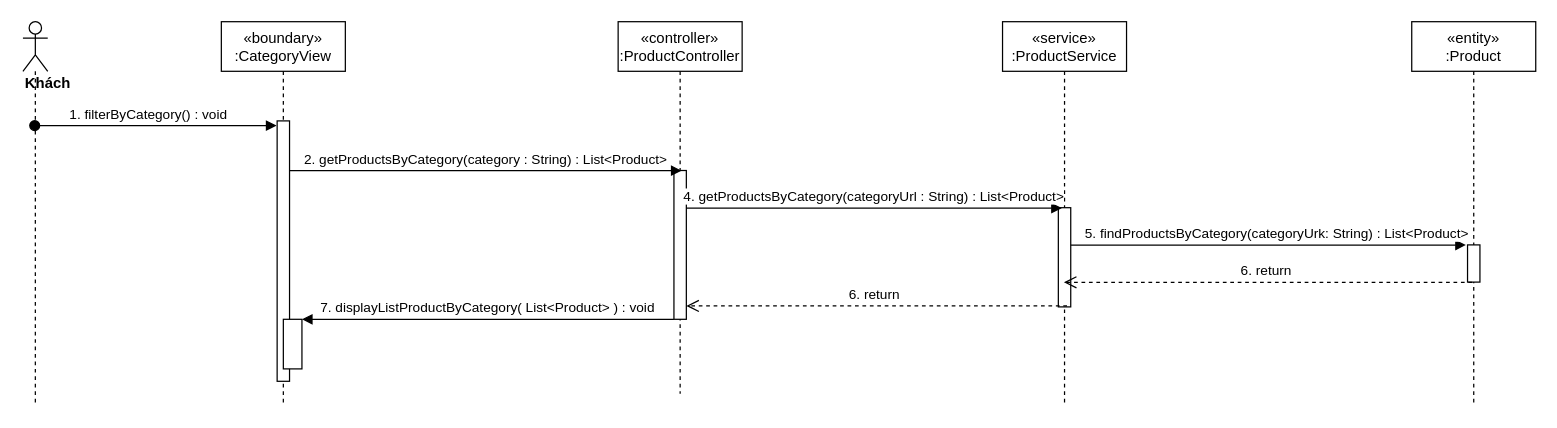
Above: sequence diagram/getProductByCategory-seqence.drawio in nguyenphamvan/datn_20202 (draw.io), before the change. Source tidied: cells renumbered, new cells numbered last; positions are measured from the earlier drawing's top-left corner, leaving out a move shared by most shapes. Both pictures are drawn from the tidied source at 124%, with x=0, y=0 at pixel (22, 21).
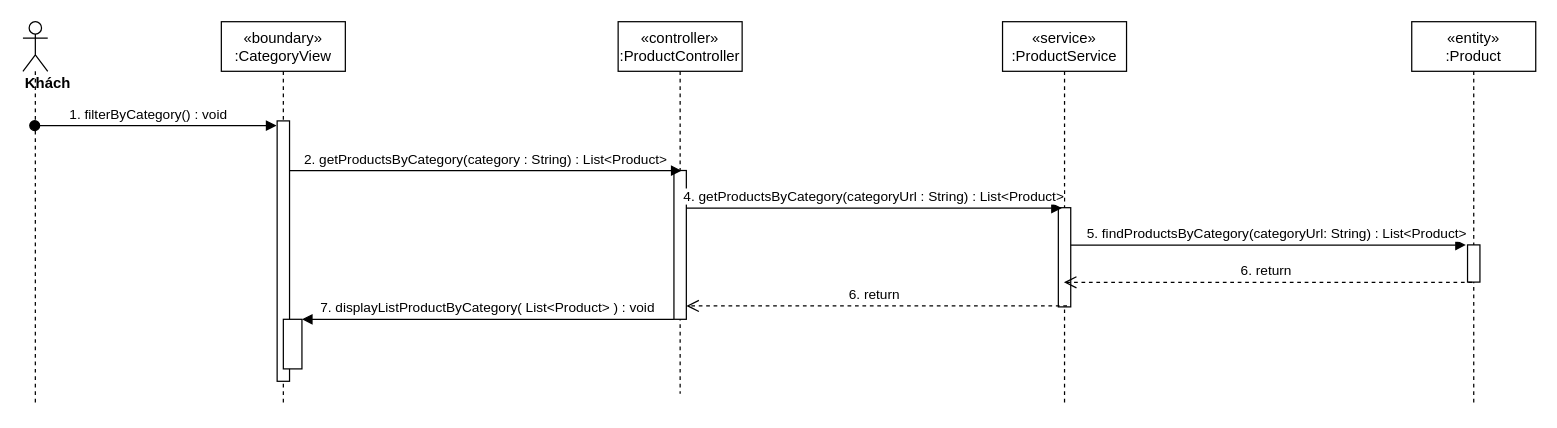
After the change.

Change to the diagram source:
```diff
@@
 <mxGraphModel>
   <root>
     <mxCell id="0" />
     <mxCell id="1" parent="0" />
     <mxCell id="2" value="«boundary»&#10;:CategoryView" style="shape=umlLifeline;perimeter=lifelinePerimeter;rounded=0;shadow=0;strokeWidth=1;" parent="1" vertex="1">
       <mxGeometry x="160" width="100" height="310" as="geometry" />
     </mxCell>
     <mxCell id="3" style="points=[];perimeter=orthogonalPerimeter;rounded=0;shadow=0;strokeWidth=1;" parent="2" vertex="1">
       <mxGeometry x="45" y="80" width="10" height="210" as="geometry" />
     </mxCell>
     <mxCell id="4" style="html=1;points=[];perimeter=orthogonalPerimeter;" parent="2" vertex="1">
       <mxGeometry x="50" y="240" width="15" height="40" as="geometry" />
     </mxCell>
     <mxCell id="5" value="«controller»&#10;:ProductController" style="shape=umlLifeline;perimeter=lifelinePerimeter;rounded=0;shadow=0;strokeWidth=1;" parent="1" vertex="1">
       <mxGeometry x="480" width="100" height="300" as="geometry" />
     </mxCell>
     <mxCell id="6" style="points=[];perimeter=orthogonalPerimeter;rounded=0;shadow=0;strokeWidth=1;" parent="5" vertex="1">
       <mxGeometry x="45" y="120" width="10" height="120" as="geometry" />
     </mxCell>
     <mxCell id="7" value="&lt;div&gt;&lt;b&gt;Khách&lt;/b&gt;&lt;/div&gt;" style="shape=umlLifeline;participant=umlActor;perimeter=lifelinePerimeter;whiteSpace=wrap;html=1;verticalAlign=top;spacingTop=36;outlineConnect=0;align=left;" parent="1" vertex="1">
       <mxGeometry width="20" height="310" as="geometry" />
     </mxCell>
     <mxCell id="8" value="1. filterByCategory() : void" style="verticalAlign=bottom;startArrow=oval;endArrow=block;startSize=8;shadow=0;strokeWidth=1;entryX=-0.05;entryY=0.018;entryDx=0;entryDy=0;entryPerimeter=0;" parent="1" edge="1" source="7" target="3">
       <mxGeometry x="-0.06" relative="1" as="geometry" />
     </mxCell>
     <mxCell id="9" value="«service»&#10;:ProductService" style="shape=umlLifeline;perimeter=lifelinePerimeter;rounded=0;shadow=0;strokeWidth=1;" parent="1" vertex="1">
       <mxGeometry x="790" width="100" height="310" as="geometry" />
     </mxCell>
     <mxCell id="10" style="points=[];perimeter=orthogonalPerimeter;rounded=0;shadow=0;strokeWidth=1;" parent="9" vertex="1">
       <mxGeometry x="45" y="150" width="10" height="80" as="geometry" />
     </mxCell>
     <mxCell id="11" value="2. getProductsByCategory(category : String) : List&amp;lt;Product&amp;gt;" style="html=1;verticalAlign=bottom;endArrow=block;entryX=0.617;entryY=0.001;entryDx=0;entryDy=0;entryPerimeter=0;" parent="1" edge="1" source="3" target="6">
       <mxGeometry relative="1" as="geometry" />
     </mxCell>
     <mxCell id="12" value="4. getProductsByCategory(categoryUrl : String) : List&amp;lt;Product&amp;gt;" style="html=1;verticalAlign=bottom;endArrow=block;entryX=0.283;entryY=0.004;entryDx=0;entryDy=0;entryPerimeter=0;" parent="1" edge="1" source="6" target="10">
       <mxGeometry relative="1" as="geometry" />
     </mxCell>
     <mxCell id="13" value="«entity»&#10;:Product" style="shape=umlLifeline;perimeter=lifelinePerimeter;rounded=0;shadow=0;strokeWidth=1;" parent="1" vertex="1">
       <mxGeometry x="1120" width="100" height="310" as="geometry" />
     </mxCell>
     <mxCell id="14" style="points=[];perimeter=orthogonalPerimeter;rounded=0;shadow=0;strokeWidth=1;" parent="13" vertex="1">
       <mxGeometry x="45" y="180" width="10" height="30" as="geometry" />
     </mxCell>
-    <mxCell id="15" value="5. findProductsByCategory(categoryUrk: String) : List&amp;lt;Product&amp;gt;" style="html=1;verticalAlign=bottom;endArrow=block;entryX=-0.133;entryY=0.004;entryDx=0;entryDy=0;entryPerimeter=0;" parent="1" edge="1" source="10" target="14">
+    <mxCell id="15" value="5. findProductsByCategory(categoryUrl: String) : List&amp;lt;Product&amp;gt;" style="html=1;verticalAlign=bottom;endArrow=block;entryX=-0.133;entryY=0.004;entryDx=0;entryDy=0;entryPerimeter=0;" parent="1" edge="1" source="10" target="14">
       <mxGeometry x="0.04" relative="1" as="geometry" />
     </mxCell>
     <mxCell id="16" value="6. return&amp;nbsp;" style="html=1;verticalAlign=bottom;endArrow=open;dashed=1;endSize=8;exitX=0.367;exitY=1.006;exitDx=0;exitDy=0;exitPerimeter=0;" parent="1" edge="1" source="14" target="9">
       <mxGeometry relative="1" as="geometry" />
     </mxCell>
     <mxCell id="17" value="6. return&amp;nbsp;" style="html=1;verticalAlign=bottom;endArrow=open;dashed=1;endSize=8;exitX=0.7;exitY=0.99;exitDx=0;exitDy=0;exitPerimeter=0;" parent="1" edge="1" source="10" target="6">
       <mxGeometry relative="1" as="geometry" />
     </mxCell>
     <mxCell id="18" value="7. displayListProductByCategory( List&lt;Product&gt; ) : void" style="verticalAlign=bottom;endArrow=block;shadow=0;strokeWidth=1;" parent="1" edge="1" source="6" target="4">
       <mxGeometry relative="1" as="geometry" />
     </mxCell>
   </root>
 </mxGraphModel>
```
